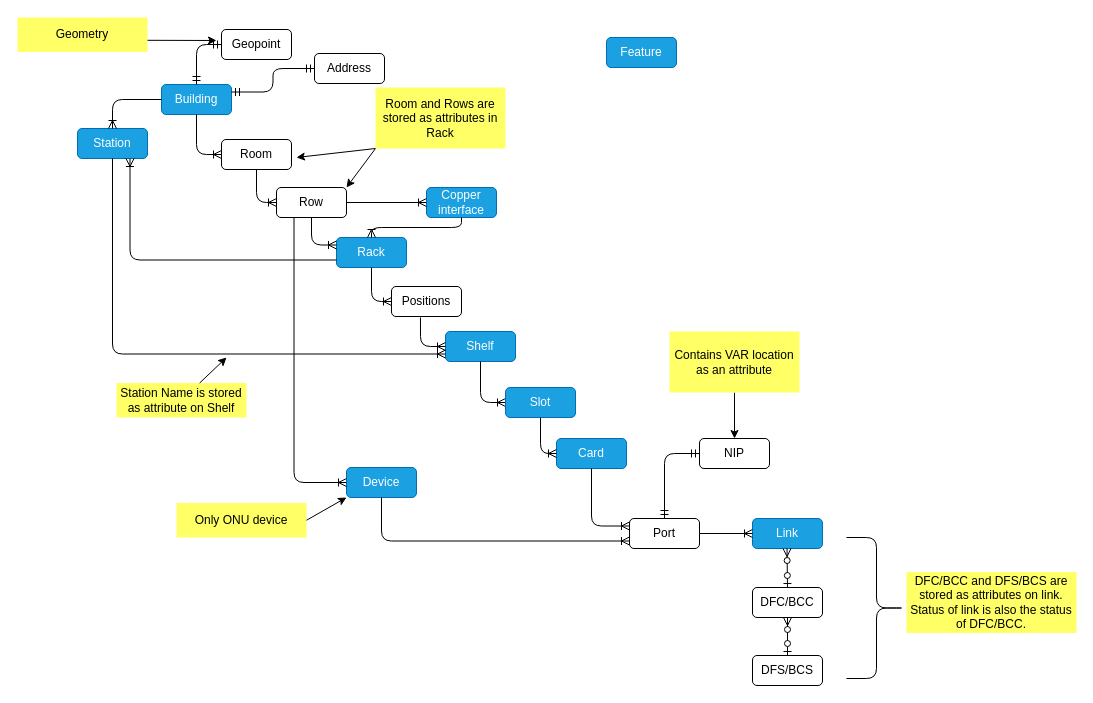
Above: page "GIS" (3 of 6) of Untitled Diagram.drawio in dearishtaq/hello-world-old (draw.io), before the change. Source tidied: cells renumbered, new cells numbered last; positions are measured from the earlier drawing's top-left corner, leaving out a move shared by most shapes. Both pictures are drawn from the tidied source at 100%, with x=0, y=0 at pixel (17, 17).
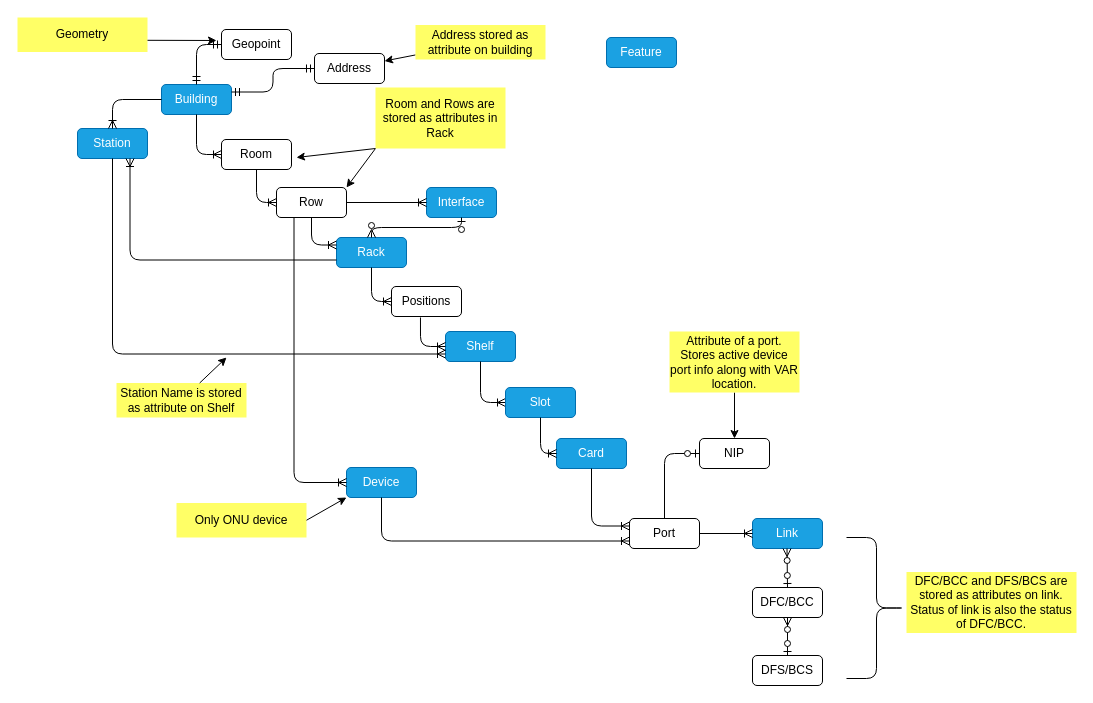
The same diagram, later.

The change refers to these unchanged cells:
```xml
<mxCell id="5" value="Rack" style="rounded=1;whiteSpace=wrap;html=1;fillColor=#1ba1e2;strokeColor=#006EAF;fontColor=#ffffff;" parent="1" vertex="1">
  <mxGeometry x="319" y="220" width="70" height="30" as="geometry" />
</mxCell>
<mxCell id="12" value="Port" style="rounded=1;whiteSpace=wrap;html=1;" parent="1" vertex="1">
  <mxGeometry x="612" y="501" width="70" height="30" as="geometry" />
</mxCell>
<mxCell id="19" value="Address" style="rounded=1;whiteSpace=wrap;html=1;" parent="1" vertex="1">
  <mxGeometry x="297" y="36" width="70" height="30" as="geometry" />
</mxCell>
<mxCell id="25" value="NIP" style="rounded=1;whiteSpace=wrap;html=1;" parent="1" vertex="1">
  <mxGeometry x="682" y="421" width="70" height="30" as="geometry" />
</mxCell>
```

What changed in the source:
```diff
@@
-    <mxCell id="26" style="edgeStyle=orthogonalEdgeStyle;fontSize=12;html=1;endArrow=ERmandOne;startArrow=ERmandOne;entryX=0;entryY=0.5;entryDx=0;entryDy=0;" parent="1" edge="1" source="12" target="25">
-      <mxGeometry relative="1" as="geometry" />
-    </mxCell>
@@
-    <mxCell id="28" value="Contains VAR location as an attribute" style="text;html=1;strokeColor=none;align=center;verticalAlign=middle;whiteSpace=wrap;overflow=hidden;fillColor=#FFFF66;" parent="1" vertex="1">
+    <mxCell id="28" value="Attribute of a port.&lt;br&gt;Stores active device port info along with VAR location." style="text;html=1;strokeColor=none;align=center;verticalAlign=middle;whiteSpace=wrap;overflow=hidden;fillColor=#FFFF66;" parent="1" vertex="1">
       <mxGeometry x="652" y="314" width="130" height="61" as="geometry" />
     </mxCell>
@@
-    <mxCell id="40" value="Copper interface" style="rounded=1;whiteSpace=wrap;html=1;fillColor=#1ba1e2;strokeColor=#006EAF;fontColor=#ffffff;" parent="1" vertex="1">
+    <mxCell id="40" value="Interface" style="rounded=1;whiteSpace=wrap;html=1;fillColor=#1ba1e2;strokeColor=#006EAF;fontColor=#ffffff;" parent="1" vertex="1">
       <mxGeometry x="409" y="170" width="70" height="30" as="geometry" />
     </mxCell>
-    <mxCell id="41" style="edgeStyle=orthogonalEdgeStyle;fontSize=12;html=1;endArrow=ERoneToMany;entryX=0.5;entryY=0;entryDx=0;entryDy=0;exitX=0.5;exitY=1;exitDx=0;exitDy=0;" parent="1" edge="1" source="40" target="5">
-      <mxGeometry relative="1" as="geometry" />
-    </mxCell>
@@
+    <mxCell id="41" style="fontSize=12;html=1;endArrow=ERzeroToMany;startArrow=ERzeroToOne;exitX=0.5;exitY=1;exitDx=0;exitDy=0;entryX=0.5;entryY=0;entryDx=0;entryDy=0;edgeStyle=orthogonalEdgeStyle;" parent="1" edge="1" source="40" target="5">
+      <mxGeometry relative="1" as="geometry" />
+    </mxCell>
+    <mxCell id="26" style="edgeStyle=orthogonalEdgeStyle;fontSize=12;html=1;endArrow=ERzeroToOne;endFill=1;exitX=0.5;exitY=0;exitDx=0;exitDy=0;entryX=0;entryY=0.5;entryDx=0;entryDy=0;" parent="1" edge="1" source="12" target="25">
+      <mxGeometry relative="1" as="geometry" />
+    </mxCell>
+    <mxCell id="56" style="rounded=0;jettySize=auto;html=1;entryX=1;entryY=0.25;entryDx=0;entryDy=0;fontColor=#000000;" parent="1" edge="1" source="57" target="19">
+      <mxGeometry relative="1" as="geometry" />
+    </mxCell>
+    <mxCell id="57" value="Address stored as attribute on building" style="text;html=1;strokeColor=none;align=center;verticalAlign=middle;whiteSpace=wrap;overflow=hidden;fillColor=#FFFF66;" parent="1" vertex="1">
+      <mxGeometry x="398" y="7.5" width="130" height="34.5" as="geometry" />
+    </mxCell>
```
